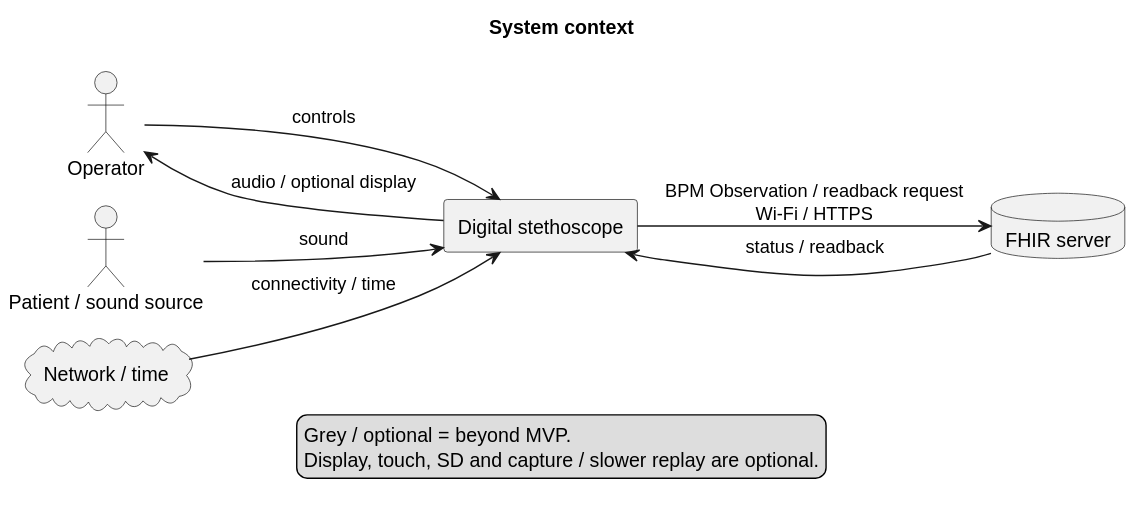
Above: Development/system/architecture/rendered/system_context.svg in DemonicPsychoII/DigitalStethoscope (PlantUML), before the change. The source it was exported from:
```plantuml
@startuml
!pragma layout smetana
skinparam shadowing false
skinparam component {
 BackgroundColor<<optional>> #EEEEEE
 BorderColor<<optional>> #888888
 FontColor<<optional>> #666666
}
skinparam artifact {
 BackgroundColor<<optional>> #EEEEEE
 BorderColor<<optional>> #888888
 FontColor<<optional>> #666666
}
skinparam componentStyle rectangle
skinparam defaultFontName SansSerif
title System context
left to right direction
actor "Operator" as operator
actor "Patient / sound source" as source
rectangle "Digital stethoscope" as device
database "FHIR server" as fhir
cloud "Network / time" as net
source --> device : sound
operator --> device : controls
device --> operator : audio / optional display
device --> fhir : BPM Observation / readback request\nWi-Fi / HTTPS
fhir --> device : status / readback
net --> device : connectivity / time
legend bottom
  Grey / optional = beyond MVP.
  Display, touch, SD and capture / slower replay are optional.
endlegend
@enduml
```
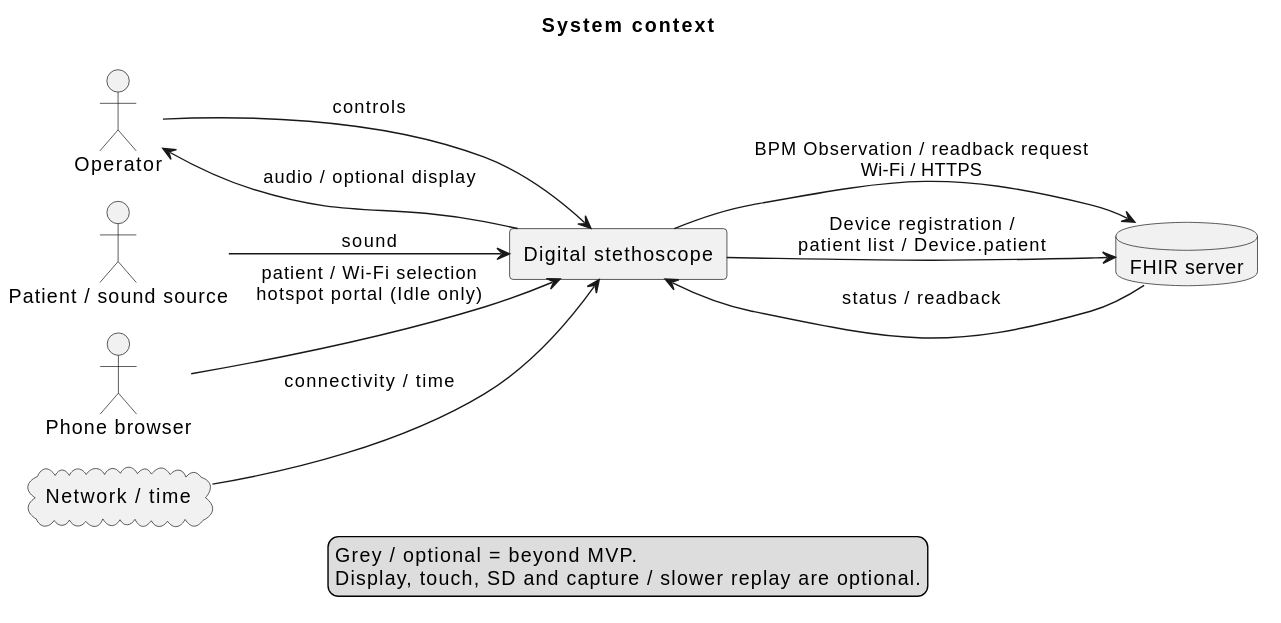
Later version of the same file.

What changed in the source:
```diff
@@ -17,6 +17,7 @@
 left to right direction
 actor "Operator" as operator
 actor "Patient / sound source" as source
+actor "Phone browser" as phone
 rectangle "Digital stethoscope" as device
 database "FHIR server" as fhir
 cloud "Network / time" as net
@@ -26,6 +27,8 @@
 device --> fhir : BPM Observation / readback request\nWi-Fi / HTTPS
 fhir --> device : status / readback
 net --> device : connectivity / time
+phone --> device : patient / Wi-Fi selection\nhotspot portal (Idle only)
+device --> fhir : Device registration /\npatient list / Device.patient
 legend bottom
   Grey / optional = beyond MVP.
   Display, touch, SD and capture / slower replay are optional.
```
